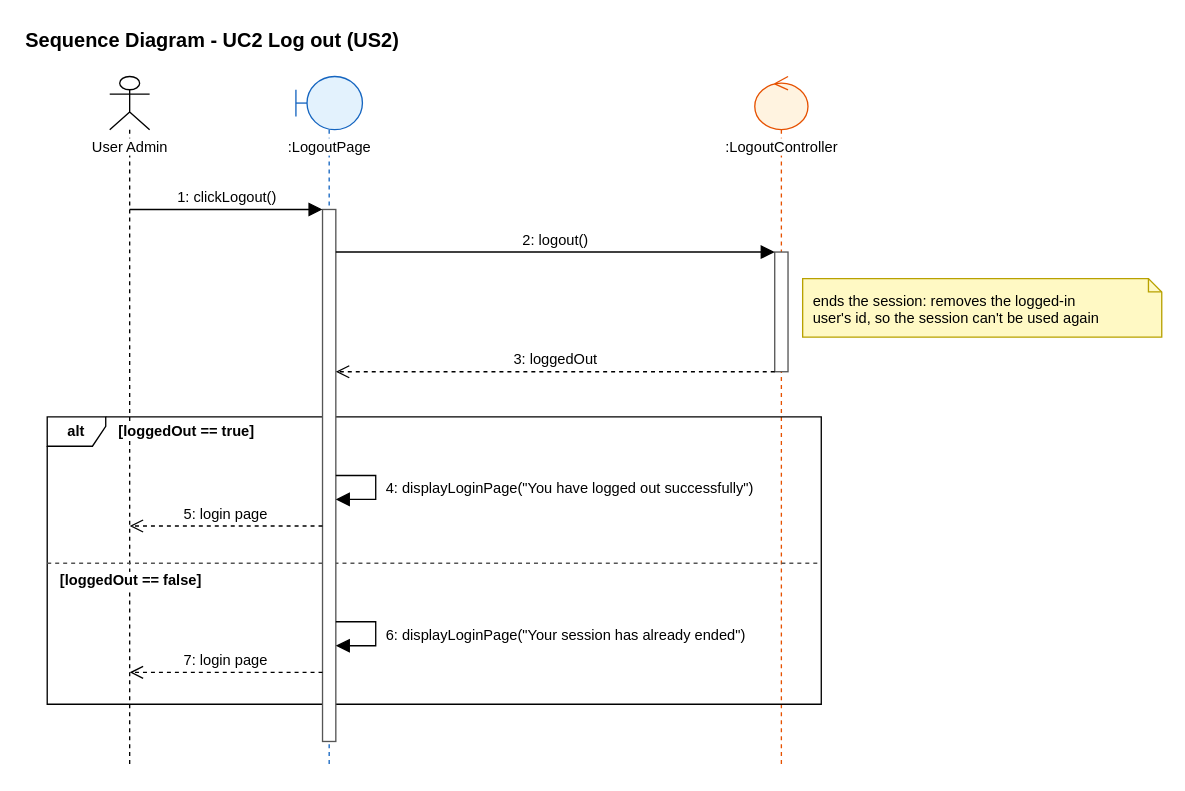
Above: page "6 Sequence Diagram" (6 of 6) of Sprint_1/US2 - Log out/US2 Log out.drawio in Hanzxc/CSIT314-ARCHSS (draw.io), before the change. Source tidied: cells renumbered, new cells numbered last; positions are measured from the earlier drawing's top-left corner, leaving out a move shared by most shapes. Both pictures are drawn from the tidied source at 133%, with x=0, y=0 at pixel (23, 23).
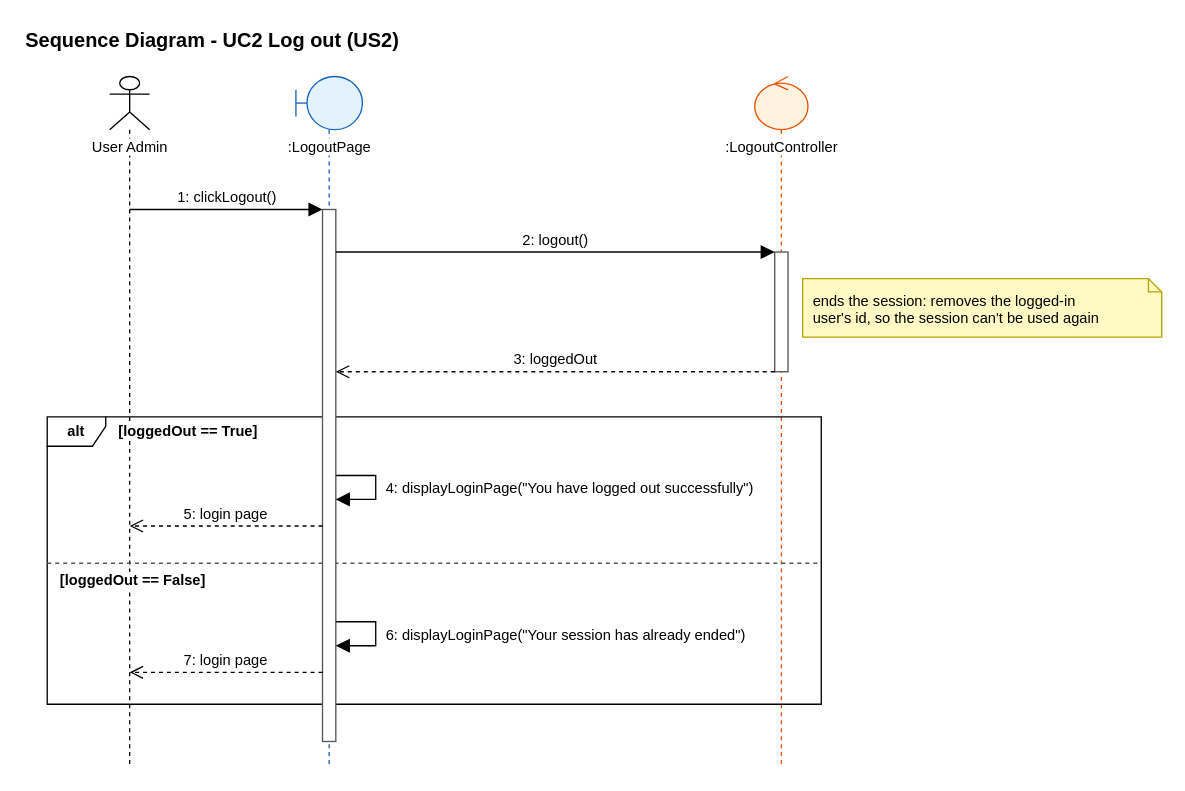
The same page after the edit.

Diff of the diagram source:
```diff
@@
-    <mxCell id="8" value="[loggedOut == true]" style="text;html=1;strokeColor=none;fillColor=none;align=left;verticalAlign=middle;whiteSpace=nowrap;fontSize=11;fontStyle=1;fontColor=#000000;labelBackgroundColor=#FFFFFF;" parent="1" vertex="1">
+    <mxCell id="8" value="[loggedOut == True]" style="text;html=1;strokeColor=none;fillColor=none;align=left;verticalAlign=middle;whiteSpace=nowrap;fontSize=11;fontStyle=1;fontColor=#000000;labelBackgroundColor=#FFFFFF;" parent="1" vertex="1">
       <mxGeometry x="70" y="297" width="120" height="20" as="geometry" />
     </mxCell>
-    <mxCell id="9" value="[loggedOut == false]" style="text;html=1;strokeColor=none;fillColor=none;align=left;verticalAlign=middle;whiteSpace=nowrap;fontSize=11;fontStyle=1;fontColor=#000000;labelBackgroundColor=#FFFFFF;" parent="1" vertex="1">
+    <mxCell id="9" value="[loggedOut == False]" style="text;html=1;strokeColor=none;fillColor=none;align=left;verticalAlign=middle;whiteSpace=nowrap;fontSize=11;fontStyle=1;fontColor=#000000;labelBackgroundColor=#FFFFFF;" parent="1" vertex="1">
       <mxGeometry x="26" y="409" width="127" height="20" as="geometry" />
     </mxCell>
```
